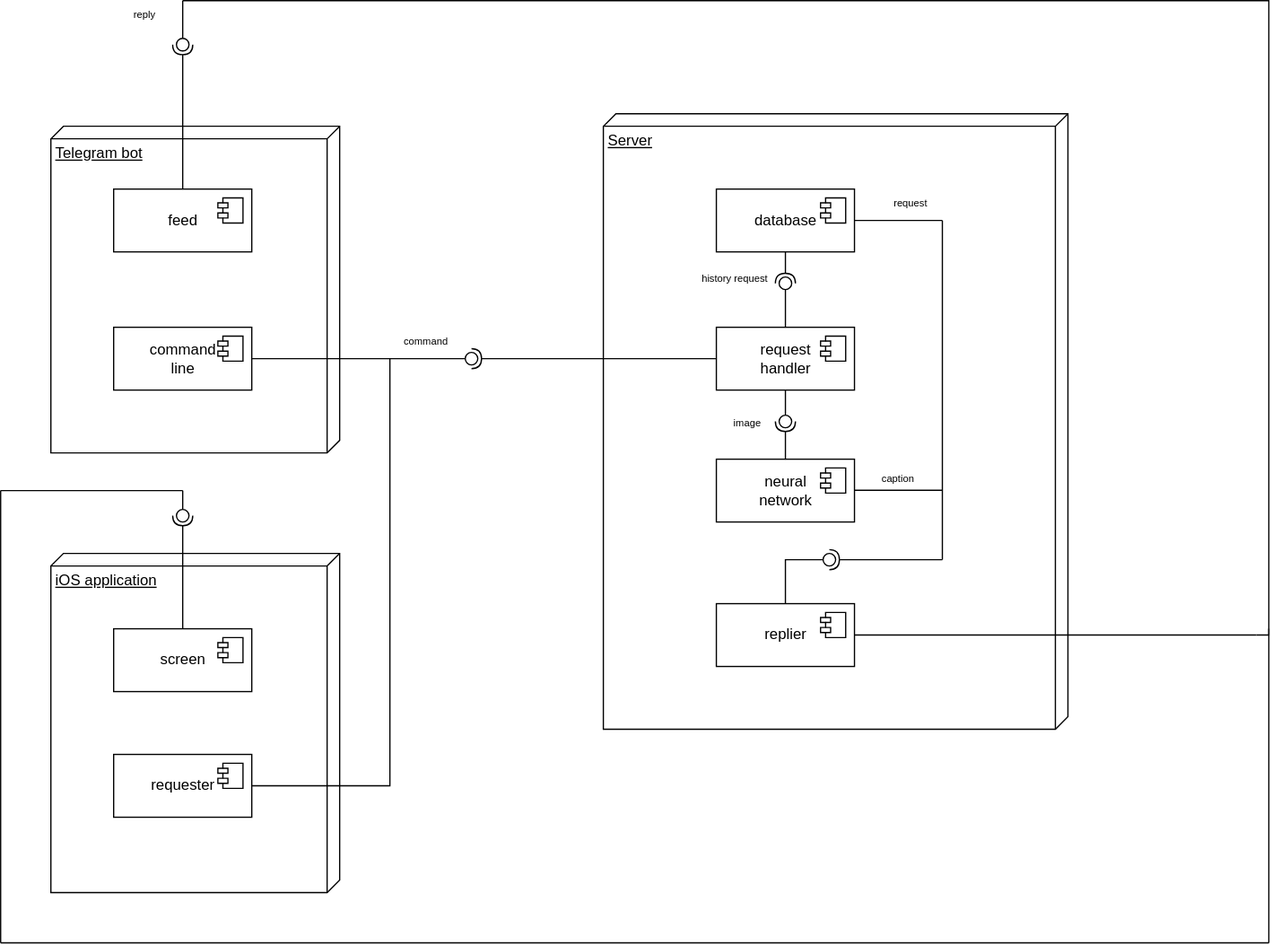
Before: ComponentsDiagram.svg, a diagram exported from draw.io (PictureInspector/Picture-Inspector). Source tidied: cells renumbered, new cells last; positions are measured from the earlier drawing's top-left corner, leaving out a move shared by most shapes. The source it was exported from:
```xml
<mxGraphModel>
  <root>
    <mxCell id="0" />
    <mxCell id="1" parent="0" />
    <mxCell id="2" value="Telegram bot" style="verticalAlign=top;align=left;spacingTop=8;spacingLeft=2;spacingRight=12;shape=cube;size=10;direction=south;fontStyle=4;html=1;" parent="1" vertex="1">
      <mxGeometry x="40" y="100" width="230" height="260" as="geometry" />
    </mxCell>
    <mxCell id="3" value="feed" style="html=1;" parent="1" vertex="1">
      <mxGeometry x="90" y="150" width="110" height="50" as="geometry" />
    </mxCell>
    <mxCell id="4" style="shape=module;jettyWidth=8;jettyHeight=4;" parent="3" vertex="1">
      <mxGeometry x="1" width="20" height="20" relative="1" as="geometry">
        <mxPoint x="-27" y="7" as="offset" />
      </mxGeometry>
    </mxCell>
    <mxCell id="5" value="command&lt;br&gt;line" style="html=1;" parent="1" vertex="1">
      <mxGeometry x="90" y="260" width="110" height="50" as="geometry" />
    </mxCell>
    <mxCell id="6" style="shape=module;jettyWidth=8;jettyHeight=4;" parent="5" vertex="1">
      <mxGeometry x="1" width="20" height="20" relative="1" as="geometry">
        <mxPoint x="-27" y="7" as="offset" />
      </mxGeometry>
    </mxCell>
    <mxCell id="7" value="iOS application" style="verticalAlign=top;align=left;spacingTop=8;spacingLeft=2;spacingRight=12;shape=cube;size=10;direction=south;fontStyle=4;html=1;" parent="1" vertex="1">
      <mxGeometry x="40" y="440" width="230" height="270" as="geometry" />
    </mxCell>
    <mxCell id="8" value="screen" style="html=1;" parent="1" vertex="1">
      <mxGeometry x="90" y="500" width="110" height="50" as="geometry" />
    </mxCell>
    <mxCell id="9" style="shape=module;jettyWidth=8;jettyHeight=4;" parent="8" vertex="1">
      <mxGeometry x="1" width="20" height="20" relative="1" as="geometry">
        <mxPoint x="-27" y="7" as="offset" />
      </mxGeometry>
    </mxCell>
    <mxCell id="10" style="edgeStyle=orthogonalEdgeStyle;rounded=0;jettySize=auto;html=1;endArrow=none;endFill=0;" parent="1" edge="1" source="11">
      <mxGeometry relative="1" as="geometry">
        <mxPoint x="310" y="285" as="targetPoint" />
      </mxGeometry>
    </mxCell>
    <mxCell id="11" value="requester" style="html=1;" parent="1" vertex="1">
      <mxGeometry x="90" y="600" width="110" height="50" as="geometry" />
    </mxCell>
    <mxCell id="12" style="shape=module;jettyWidth=8;jettyHeight=4;" parent="11" vertex="1">
      <mxGeometry x="1" width="20" height="20" relative="1" as="geometry">
        <mxPoint x="-27" y="7" as="offset" />
      </mxGeometry>
    </mxCell>
    <mxCell id="13" value="Server" style="verticalAlign=top;align=left;spacingTop=8;spacingLeft=2;spacingRight=12;shape=cube;size=10;direction=south;fontStyle=4;html=1;" parent="1" vertex="1">
      <mxGeometry x="480" y="90" width="370" height="490" as="geometry" />
    </mxCell>
    <mxCell id="14" style="edgeStyle=orthogonalEdgeStyle;rounded=0;jettySize=auto;html=1;endArrow=none;endFill=0;" parent="1" edge="1" source="15">
      <mxGeometry relative="1" as="geometry">
        <mxPoint x="750" y="175" as="targetPoint" />
      </mxGeometry>
    </mxCell>
    <mxCell id="15" value="database" style="html=1;" parent="1" vertex="1">
      <mxGeometry x="570" y="150" width="110" height="50" as="geometry" />
    </mxCell>
    <mxCell id="16" style="shape=module;jettyWidth=8;jettyHeight=4;" parent="15" vertex="1">
      <mxGeometry x="1" width="20" height="20" relative="1" as="geometry">
        <mxPoint x="-27" y="7" as="offset" />
      </mxGeometry>
    </mxCell>
    <mxCell id="17" value="request&lt;br&gt;handler" style="html=1;" parent="1" vertex="1">
      <mxGeometry x="570" y="260" width="110" height="50" as="geometry" />
    </mxCell>
    <mxCell id="18" style="shape=module;jettyWidth=8;jettyHeight=4;" parent="17" vertex="1">
      <mxGeometry x="1" width="20" height="20" relative="1" as="geometry">
        <mxPoint x="-27" y="7" as="offset" />
      </mxGeometry>
    </mxCell>
    <mxCell id="19" value="neural&lt;br&gt;network" style="html=1;" parent="1" vertex="1">
      <mxGeometry x="570" y="365" width="110" height="50" as="geometry" />
    </mxCell>
    <mxCell id="20" style="shape=module;jettyWidth=8;jettyHeight=4;" parent="19" vertex="1">
      <mxGeometry x="1" width="20" height="20" relative="1" as="geometry">
        <mxPoint x="-27" y="7" as="offset" />
      </mxGeometry>
    </mxCell>
    <mxCell id="21" value="replier" style="html=1;" parent="1" vertex="1">
      <mxGeometry x="570" y="480" width="110" height="50" as="geometry" />
    </mxCell>
    <mxCell id="22" style="shape=module;jettyWidth=8;jettyHeight=4;" parent="21" vertex="1">
      <mxGeometry x="1" width="20" height="20" relative="1" as="geometry">
        <mxPoint x="-27" y="7" as="offset" />
      </mxGeometry>
    </mxCell>
    <mxCell id="23" style="rounded=0;jettySize=auto;html=1;endArrow=none;endFill=0;exitX=0.5;exitY=0;exitDx=0;exitDy=0;" parent="1" edge="1" source="17" target="25">
      <mxGeometry relative="1" as="geometry" />
    </mxCell>
    <mxCell id="24" style="rounded=0;jettySize=auto;html=1;endArrow=halfCircle;endFill=0;entryX=0.5;entryY=0.5;entryDx=0;entryDy=0;endSize=6;strokeWidth=1;exitX=0.5;exitY=1;exitDx=0;exitDy=0;" parent="1" edge="1" source="15" target="25">
      <mxGeometry relative="1" as="geometry" />
    </mxCell>
    <mxCell id="25" style="ellipse;whiteSpace=wrap;html=1;fontFamily=Helvetica;fontSize=12;fontColor=#000000;align=center;strokeColor=#000000;fillColor=#ffffff;points=[];" parent="1" vertex="1">
      <mxGeometry x="620" y="220" width="10" height="10" as="geometry" />
    </mxCell>
    <mxCell id="26" style="rounded=0;jettySize=auto;html=1;endArrow=none;endFill=0;exitX=0.5;exitY=1;exitDx=0;exitDy=0;" parent="1" edge="1" source="17" target="28">
      <mxGeometry relative="1" as="geometry" />
    </mxCell>
    <mxCell id="27" style="rounded=0;jettySize=auto;html=1;endArrow=halfCircle;endFill=0;entryX=0.5;entryY=0.5;entryDx=0;entryDy=0;endSize=6;strokeWidth=1;exitX=0.5;exitY=0;exitDx=0;exitDy=0;" parent="1" edge="1" source="19" target="28">
      <mxGeometry relative="1" as="geometry" />
    </mxCell>
    <mxCell id="28" style="ellipse;whiteSpace=wrap;html=1;fontFamily=Helvetica;fontSize=12;fontColor=#000000;align=center;strokeColor=#000000;fillColor=#ffffff;points=[];" parent="1" vertex="1">
      <mxGeometry x="620" y="330" width="10" height="10" as="geometry" />
    </mxCell>
    <mxCell id="29" style="endArrow=none;html=1;" parent="1" edge="1">
      <mxGeometry relative="1" as="geometry">
        <mxPoint x="750" y="445" as="sourcePoint" />
        <mxPoint x="750" y="175" as="targetPoint" />
      </mxGeometry>
    </mxCell>
    <mxCell id="30" value="&lt;font style=&quot;font-size: 8px&quot;&gt;request&lt;/font&gt;" style="text;html=1;strokeColor=none;fillColor=none;align=center;verticalAlign=middle;whiteSpace=wrap;rounded=0;" parent="1" vertex="1">
      <mxGeometry x="690" y="150" width="70" height="20" as="geometry" />
    </mxCell>
    <mxCell id="31" value="&lt;font style=&quot;font-size: 8px&quot;&gt;history request&lt;/font&gt;" style="text;html=1;strokeColor=none;fillColor=none;align=center;verticalAlign=middle;whiteSpace=wrap;rounded=0;" parent="1" vertex="1">
      <mxGeometry x="550" y="210" width="70" height="20" as="geometry" />
    </mxCell>
    <mxCell id="32" value="&lt;font style=&quot;font-size: 8px&quot;&gt;image&lt;/font&gt;" style="text;html=1;strokeColor=none;fillColor=none;align=center;verticalAlign=middle;whiteSpace=wrap;rounded=0;" parent="1" vertex="1">
      <mxGeometry x="580" y="325" width="30" height="20" as="geometry" />
    </mxCell>
    <mxCell id="33" style="edgeStyle=orthogonalEdgeStyle;rounded=0;orthogonalLoop=1;jettySize=auto;html=1;endArrow=none;endFill=0;" parent="1" edge="1">
      <mxGeometry relative="1" as="geometry">
        <mxPoint x="680" y="389.8" as="sourcePoint" />
        <mxPoint x="750" y="389.8" as="targetPoint" />
      </mxGeometry>
    </mxCell>
    <mxCell id="34" value="&lt;font style=&quot;font-size: 8px&quot;&gt;caption&lt;/font&gt;" style="text;html=1;strokeColor=none;fillColor=none;align=center;verticalAlign=middle;whiteSpace=wrap;rounded=0;" parent="1" vertex="1">
      <mxGeometry x="680" y="370" width="70" height="20" as="geometry" />
    </mxCell>
    <mxCell id="35" style="rounded=0;jettySize=auto;html=1;endArrow=none;endFill=0;exitX=0.5;exitY=0;exitDx=0;exitDy=0;" parent="1" edge="1" source="21" target="37">
      <mxGeometry relative="1" as="geometry">
        <Array as="points">
          <mxPoint x="625" y="445" />
        </Array>
      </mxGeometry>
    </mxCell>
    <mxCell id="36" style="rounded=0;jettySize=auto;html=1;endArrow=halfCircle;endFill=0;entryX=0.5;entryY=0.5;entryDx=0;entryDy=0;endSize=6;strokeWidth=1;" parent="1" edge="1" target="37">
      <mxGeometry relative="1" as="geometry">
        <mxPoint x="750" y="445" as="sourcePoint" />
      </mxGeometry>
    </mxCell>
    <mxCell id="37" style="ellipse;whiteSpace=wrap;html=1;fontFamily=Helvetica;fontSize=12;fontColor=#000000;align=center;strokeColor=#000000;fillColor=#ffffff;points=[];" parent="1" vertex="1">
      <mxGeometry x="655" y="440" width="10" height="10" as="geometry" />
    </mxCell>
    <mxCell id="38" style="rounded=0;jettySize=auto;html=1;endArrow=none;endFill=0;exitX=1;exitY=0.5;exitDx=0;exitDy=0;" parent="1" edge="1" source="5" target="40">
      <mxGeometry relative="1" as="geometry" />
    </mxCell>
    <mxCell id="39" style="rounded=0;jettySize=auto;html=1;endArrow=halfCircle;endFill=0;entryX=0.5;entryY=0.5;entryDx=0;entryDy=0;endSize=6;strokeWidth=1;exitX=0;exitY=0.5;exitDx=0;exitDy=0;" parent="1" edge="1" source="17" target="40">
      <mxGeometry relative="1" as="geometry" />
    </mxCell>
    <mxCell id="40" style="ellipse;whiteSpace=wrap;html=1;fontFamily=Helvetica;fontSize=12;fontColor=#000000;align=center;strokeColor=#000000;fillColor=#ffffff;points=[];" parent="1" vertex="1">
      <mxGeometry x="370" y="280" width="10" height="10" as="geometry" />
    </mxCell>
    <mxCell id="41" value="&lt;font style=&quot;font-size: 8px&quot;&gt;command&lt;/font&gt;" style="text;html=1;strokeColor=none;fillColor=none;align=center;verticalAlign=middle;whiteSpace=wrap;rounded=0;" parent="1" vertex="1">
      <mxGeometry x="324" y="260" width="30" height="20" as="geometry" />
    </mxCell>
    <mxCell id="42" style="edgeStyle=orthogonalEdgeStyle;rounded=0;jettySize=auto;html=1;endArrow=none;endFill=0;" parent="1" edge="1" source="43">
      <mxGeometry relative="1" as="geometry">
        <mxPoint x="145" as="targetPoint" />
        <Array as="points">
          <mxPoint x="1010" y="505" />
          <mxPoint x="1010" />
        </Array>
      </mxGeometry>
    </mxCell>
    <mxCell id="43" style="line;strokeWidth=1;fillColor=none;align=left;verticalAlign=middle;spacingTop=-1;spacingLeft=3;spacingRight=3;labelPosition=right;points=[];portConstraint=eastwest;" parent="1" vertex="1">
      <mxGeometry x="680" y="501" width="320" height="8" as="geometry" />
    </mxCell>
    <mxCell id="44" style="rounded=0;jettySize=auto;html=1;endArrow=none;endFill=0;" parent="1" edge="1" target="46">
      <mxGeometry relative="1" as="geometry">
        <mxPoint x="145" as="sourcePoint" />
      </mxGeometry>
    </mxCell>
    <mxCell id="45" style="rounded=0;jettySize=auto;html=1;endArrow=halfCircle;endFill=0;entryX=0.5;entryY=0.5;entryDx=0;entryDy=0;endSize=6;strokeWidth=1;exitX=0.5;exitY=0;exitDx=0;exitDy=0;" parent="1" edge="1" source="3" target="46">
      <mxGeometry relative="1" as="geometry" />
    </mxCell>
    <mxCell id="46" style="ellipse;whiteSpace=wrap;html=1;fontFamily=Helvetica;fontSize=12;fontColor=#000000;align=center;strokeColor=#000000;fillColor=#ffffff;points=[];" parent="1" vertex="1">
      <mxGeometry x="140" y="30" width="10" height="10" as="geometry" />
    </mxCell>
    <mxCell id="47" value="&lt;font style=&quot;font-size: 8px&quot;&gt;reply&lt;/font&gt;" style="text;html=1;strokeColor=none;fillColor=none;align=center;verticalAlign=middle;whiteSpace=wrap;rounded=0;" parent="1" vertex="1">
      <mxGeometry x="100" width="30" height="20" as="geometry" />
    </mxCell>
    <mxCell id="48" style="rounded=0;jettySize=auto;html=1;endArrow=none;endFill=0;" parent="1" edge="1" target="50">
      <mxGeometry relative="1" as="geometry">
        <mxPoint x="145" y="390" as="sourcePoint" />
      </mxGeometry>
    </mxCell>
    <mxCell id="49" style="rounded=0;jettySize=auto;html=1;endArrow=halfCircle;endFill=0;entryX=0.5;entryY=0.5;entryDx=0;entryDy=0;endSize=6;strokeWidth=1;exitX=0.5;exitY=0;exitDx=0;exitDy=0;" parent="1" edge="1" source="8" target="50">
      <mxGeometry relative="1" as="geometry" />
    </mxCell>
    <mxCell id="50" style="ellipse;whiteSpace=wrap;html=1;fontFamily=Helvetica;fontSize=12;fontColor=#000000;align=center;strokeColor=#000000;fillColor=#ffffff;points=[];" parent="1" vertex="1">
      <mxGeometry x="140" y="405" width="10" height="10" as="geometry" />
    </mxCell>
    <mxCell id="51" style="endArrow=none;html=1;" parent="1" edge="1">
      <mxGeometry relative="1" as="geometry">
        <mxPoint y="390" as="sourcePoint" />
        <mxPoint x="145" y="390" as="targetPoint" />
      </mxGeometry>
    </mxCell>
    <mxCell id="52" style="endArrow=none;html=1;" parent="1" edge="1">
      <mxGeometry relative="1" as="geometry">
        <mxPoint y="750" as="sourcePoint" />
        <mxPoint y="390" as="targetPoint" />
      </mxGeometry>
    </mxCell>
    <mxCell id="53" style="endArrow=none;html=1;" parent="1" edge="1">
      <mxGeometry relative="1" as="geometry">
        <mxPoint y="750" as="sourcePoint" />
        <mxPoint x="1010" y="750" as="targetPoint" />
      </mxGeometry>
    </mxCell>
    <mxCell id="54" style="endArrow=none;html=1;" parent="1" edge="1">
      <mxGeometry relative="1" as="geometry">
        <mxPoint x="1010" y="750" as="sourcePoint" />
        <mxPoint x="1010" y="500" as="targetPoint" />
      </mxGeometry>
    </mxCell>
  </root>
</mxGraphModel>
```
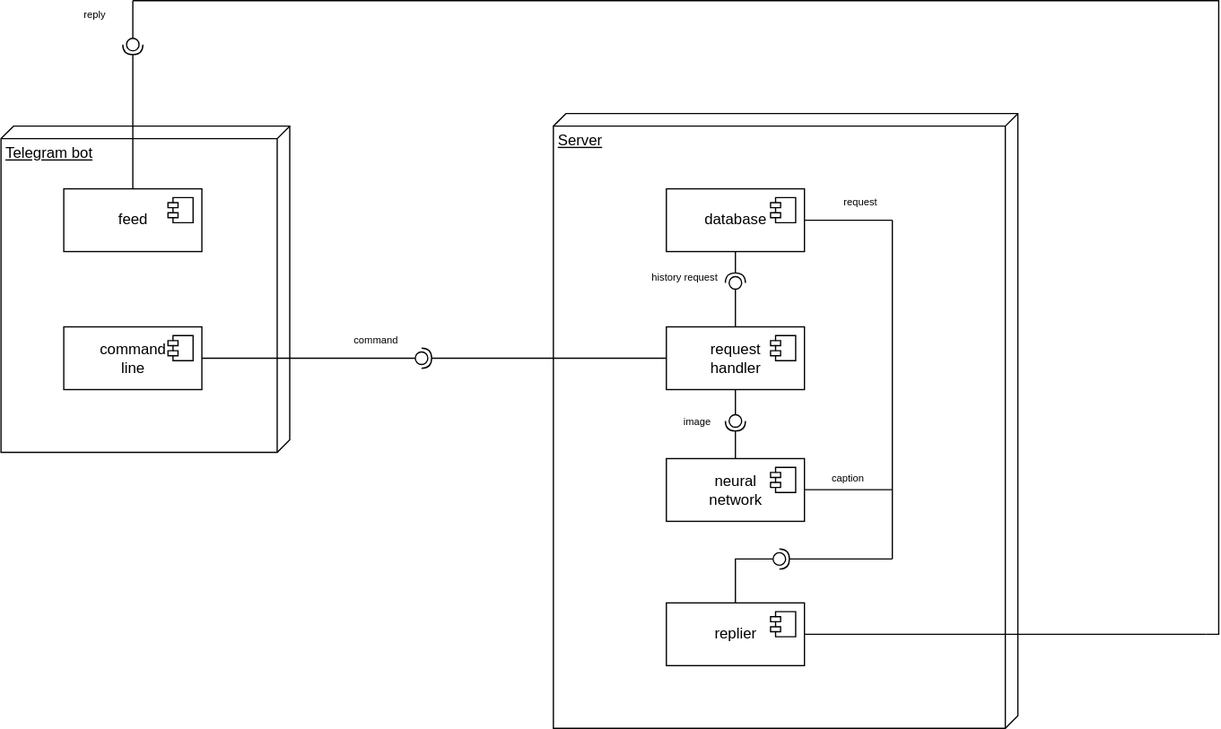
The same diagram one commit later.

Commit message:
Update Dynamic View

Change to the diagram source:
```diff
@@ -21,30 +21,6 @@
         <mxPoint x="-27" y="7" as="offset" />
       </mxGeometry>
     </mxCell>
-    <mxCell id="7" value="iOS application" style="verticalAlign=top;align=left;spacingTop=8;spacingLeft=2;spacingRight=12;shape=cube;size=10;direction=south;fontStyle=4;html=1;" parent="1" vertex="1">
-      <mxGeometry x="40" y="440" width="230" height="270" as="geometry" />
-    </mxCell>
-    <mxCell id="8" value="screen" style="html=1;" parent="1" vertex="1">
-      <mxGeometry x="90" y="500" width="110" height="50" as="geometry" />
-    </mxCell>
-    <mxCell id="9" style="shape=module;jettyWidth=8;jettyHeight=4;" parent="8" vertex="1">
-      <mxGeometry x="1" width="20" height="20" relative="1" as="geometry">
-        <mxPoint x="-27" y="7" as="offset" />
-      </mxGeometry>
-    </mxCell>
-    <mxCell id="10" style="edgeStyle=orthogonalEdgeStyle;rounded=0;jettySize=auto;html=1;endArrow=none;endFill=0;" parent="1" edge="1" source="11">
-      <mxGeometry relative="1" as="geometry">
-        <mxPoint x="310" y="285" as="targetPoint" />
-      </mxGeometry>
-    </mxCell>
-    <mxCell id="11" value="requester" style="html=1;" parent="1" vertex="1">
-      <mxGeometry x="90" y="600" width="110" height="50" as="geometry" />
-    </mxCell>
-    <mxCell id="12" style="shape=module;jettyWidth=8;jettyHeight=4;" parent="11" vertex="1">
-      <mxGeometry x="1" width="20" height="20" relative="1" as="geometry">
-        <mxPoint x="-27" y="7" as="offset" />
-      </mxGeometry>
-    </mxCell>
     <mxCell id="13" value="Server" style="verticalAlign=top;align=left;spacingTop=8;spacingLeft=2;spacingRight=12;shape=cube;size=10;direction=south;fontStyle=4;html=1;" parent="1" vertex="1">
       <mxGeometry x="480" y="90" width="370" height="490" as="geometry" />
     </mxCell>
@@ -180,40 +156,5 @@
     <mxCell id="47" value="&lt;font style=&quot;font-size: 8px&quot;&gt;reply&lt;/font&gt;" style="text;html=1;strokeColor=none;fillColor=none;align=center;verticalAlign=middle;whiteSpace=wrap;rounded=0;" parent="1" vertex="1">
       <mxGeometry x="100" width="30" height="20" as="geometry" />
     </mxCell>
-    <mxCell id="48" style="rounded=0;jettySize=auto;html=1;endArrow=none;endFill=0;" parent="1" edge="1" target="50">
-      <mxGeometry relative="1" as="geometry">
-        <mxPoint x="145" y="390" as="sourcePoint" />
-      </mxGeometry>
-    </mxCell>
-    <mxCell id="49" style="rounded=0;jettySize=auto;html=1;endArrow=halfCircle;endFill=0;entryX=0.5;entryY=0.5;entryDx=0;entryDy=0;endSize=6;strokeWidth=1;exitX=0.5;exitY=0;exitDx=0;exitDy=0;" parent="1" edge="1" source="8" target="50">
-      <mxGeometry relative="1" as="geometry" />
-    </mxCell>
-    <mxCell id="50" style="ellipse;whiteSpace=wrap;html=1;fontFamily=Helvetica;fontSize=12;fontColor=#000000;align=center;strokeColor=#000000;fillColor=#ffffff;points=[];" parent="1" vertex="1">
-      <mxGeometry x="140" y="405" width="10" height="10" as="geometry" />
-    </mxCell>
-    <mxCell id="51" style="endArrow=none;html=1;" parent="1" edge="1">
-      <mxGeometry relative="1" as="geometry">
-        <mxPoint y="390" as="sourcePoint" />
-        <mxPoint x="145" y="390" as="targetPoint" />
-      </mxGeometry>
-    </mxCell>
-    <mxCell id="52" style="endArrow=none;html=1;" parent="1" edge="1">
-      <mxGeometry relative="1" as="geometry">
-        <mxPoint y="750" as="sourcePoint" />
-        <mxPoint y="390" as="targetPoint" />
-      </mxGeometry>
-    </mxCell>
-    <mxCell id="53" style="endArrow=none;html=1;" parent="1" edge="1">
-      <mxGeometry relative="1" as="geometry">
-        <mxPoint y="750" as="sourcePoint" />
-        <mxPoint x="1010" y="750" as="targetPoint" />
-      </mxGeometry>
-    </mxCell>
-    <mxCell id="54" style="endArrow=none;html=1;" parent="1" edge="1">
-      <mxGeometry relative="1" as="geometry">
-        <mxPoint x="1010" y="750" as="sourcePoint" />
-        <mxPoint x="1010" y="500" as="targetPoint" />
-      </mxGeometry>
-    </mxCell>
   </root>
 </mxGraphModel>
```
